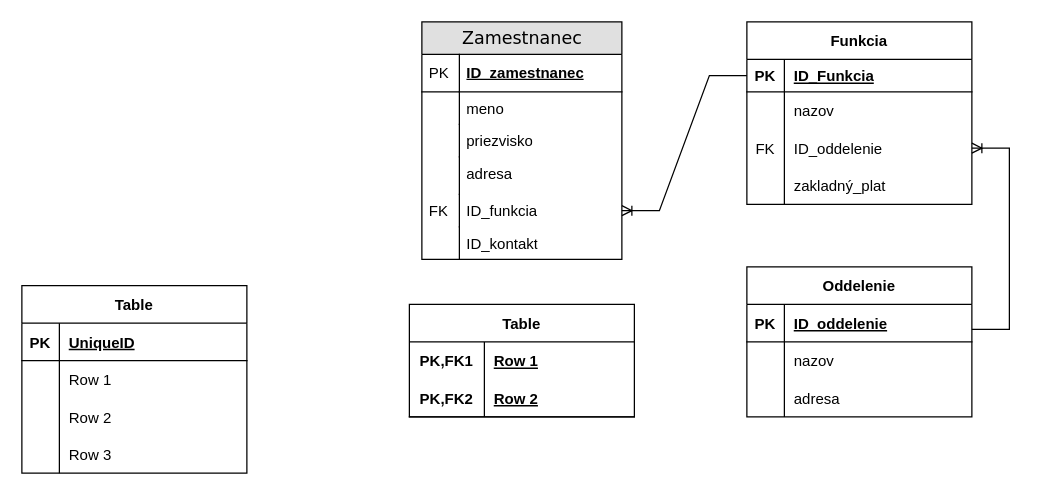
Earlier version of the draw.io diagram 13.2.Database.drawio (Y0hn/database). Source tidied: cells renumbered, new cells numbered last; positions are measured from the earlier drawing's top-left corner, leaving out a move shared by most shapes. Both pictures are drawn from the tidied source at 125%, with x=0, y=0 at pixel (21, 21).
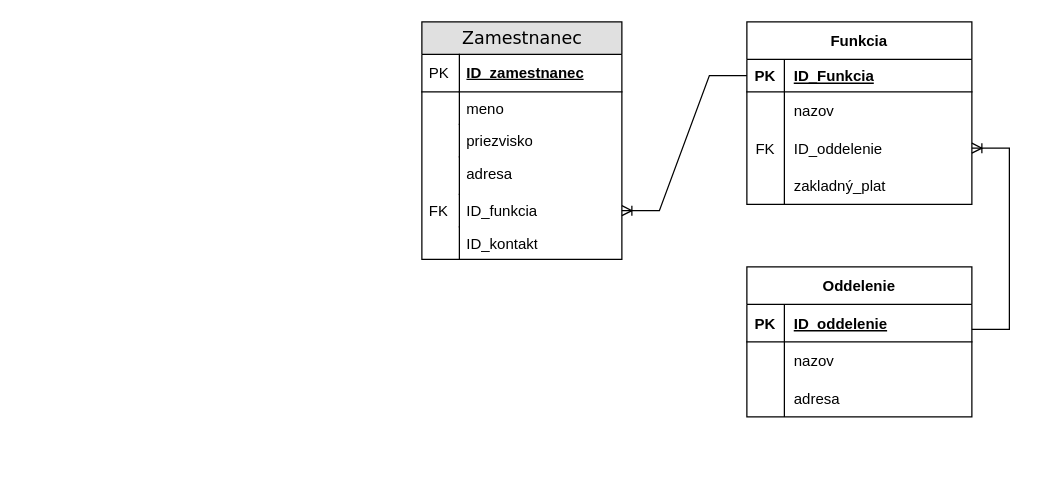
The same diagram, later.

Diff of the diagram source:
```diff
@@
-    <mxCell id="40" value="Table" style="shape=table;startSize=30;childLayout=tableLayout;rowLines=0;fontStyle=1;align=center;" parent="1" vertex="1">
-      <mxGeometry y="211" width="180" height="150" as="geometry" />
-    </mxCell>
-    <mxCell id="41" style="shape=tableRow;horizontal=0;startSize=0;swimlaneHead=0;swimlaneBody=0;fillColor=none;top=0;left=0;right=0;bottom=1;" parent="40" vertex="1">
-      <mxGeometry y="30" width="180" height="30" as="geometry" />
-    </mxCell>
-    <mxCell id="42" value="PK" style="shape=partialRectangle;fillColor=none;top=0;left=0;bottom=0;right=0;fontStyle=1;overflow=hidden;" parent="41" vertex="1">
-      <mxGeometry width="30" height="30" as="geometry" />
-    </mxCell>
-    <mxCell id="43" value="UniqueID" style="shape=partialRectangle;fillColor=none;top=0;left=0;bottom=0;right=0;align=left;spacingLeft=6;fontStyle=5;overflow=hidden;" parent="41" vertex="1">
-      <mxGeometry x="30" width="150" height="30" as="geometry" />
-    </mxCell>
-    <mxCell id="44" style="shape=tableRow;horizontal=0;startSize=0;swimlaneHead=0;swimlaneBody=0;fillColor=none;top=0;left=0;right=0;bottom=0;" parent="40" vertex="1">
-      <mxGeometry y="60" width="180" height="30" as="geometry" />
-    </mxCell>
-    <mxCell id="45" style="shape=partialRectangle;fillColor=none;top=0;left=0;bottom=0;right=0;overflow=hidden;" parent="44" vertex="1">
-      <mxGeometry width="30" height="30" as="geometry" />
-    </mxCell>
-    <mxCell id="46" value="Row 1" style="shape=partialRectangle;fillColor=none;top=0;left=0;bottom=0;right=0;align=left;spacingLeft=6;overflow=hidden;" parent="44" vertex="1">
-      <mxGeometry x="30" width="150" height="30" as="geometry" />
-    </mxCell>
-    <mxCell id="47" style="shape=tableRow;horizontal=0;startSize=0;swimlaneHead=0;swimlaneBody=0;fillColor=none;top=0;left=0;right=0;bottom=0;" parent="40" vertex="1">
-      <mxGeometry y="90" width="180" height="30" as="geometry" />
-    </mxCell>
-    <mxCell id="48" style="shape=partialRectangle;fillColor=none;top=0;left=0;bottom=0;right=0;overflow=hidden;" parent="47" vertex="1">
-      <mxGeometry width="30" height="30" as="geometry" />
-    </mxCell>
-    <mxCell id="49" value="Row 2" style="shape=partialRectangle;fillColor=none;top=0;left=0;bottom=0;right=0;align=left;spacingLeft=6;overflow=hidden;" parent="47" vertex="1">
-      <mxGeometry x="30" width="150" height="30" as="geometry" />
-    </mxCell>
-    <mxCell id="50" style="shape=tableRow;horizontal=0;startSize=0;swimlaneHead=0;swimlaneBody=0;fillColor=none;top=0;left=0;right=0;bottom=0;" parent="40" vertex="1">
-      <mxGeometry y="120" width="180" height="30" as="geometry" />
-    </mxCell>
-    <mxCell id="51" style="shape=partialRectangle;fillColor=none;top=0;left=0;bottom=0;right=0;overflow=hidden;" parent="50" vertex="1">
-      <mxGeometry width="30" height="30" as="geometry" />
-    </mxCell>
-    <mxCell id="52" value="Row 3" style="shape=partialRectangle;fillColor=none;top=0;left=0;bottom=0;right=0;align=left;spacingLeft=6;overflow=hidden;" parent="50" vertex="1">
-      <mxGeometry x="30" width="150" height="30" as="geometry" />
-    </mxCell>
-    <mxCell id="53" value="Table" style="shape=table;startSize=30;childLayout=tableLayout;rowLines=0;fontStyle=1;align=center;" parent="1" vertex="1">
-      <mxGeometry x="310" y="226" width="180" height="90" as="geometry" />
-    </mxCell>
-    <mxCell id="54" style="shape=tableRow;horizontal=0;startSize=0;swimlaneHead=0;swimlaneBody=0;fillColor=none;top=0;left=0;right=0;bottom=0;" parent="53" vertex="1">
-      <mxGeometry y="30" width="180" height="30" as="geometry" />
-    </mxCell>
-    <mxCell id="55" value="PK,FK1" style="shape=partialRectangle;fillColor=none;top=0;left=0;bottom=0;right=0;fontStyle=1;overflow=hidden;" parent="54" vertex="1">
-      <mxGeometry width="60" height="30" as="geometry" />
-    </mxCell>
-    <mxCell id="56" value="Row 1" style="shape=partialRectangle;fillColor=none;top=0;left=0;bottom=0;right=0;align=left;spacingLeft=6;fontStyle=5;overflow=hidden;" parent="54" vertex="1">
-      <mxGeometry x="60" width="120" height="30" as="geometry" />
-    </mxCell>
-    <mxCell id="57" style="shape=tableRow;horizontal=0;startSize=0;swimlaneHead=0;swimlaneBody=0;fillColor=none;top=0;left=0;right=0;bottom=1;" parent="53" vertex="1">
-      <mxGeometry y="60" width="180" height="30" as="geometry" />
-    </mxCell>
-    <mxCell id="58" value="PK,FK2" style="shape=partialRectangle;fillColor=none;top=0;left=0;bottom=0;right=0;fontStyle=1;overflow=hidden;" parent="57" vertex="1">
-      <mxGeometry width="60" height="30" as="geometry" />
-    </mxCell>
-    <mxCell id="59" value="Row 2" style="shape=partialRectangle;fillColor=none;top=0;left=0;bottom=0;right=0;align=left;spacingLeft=6;fontStyle=5;overflow=hidden;" parent="57" vertex="1">
-      <mxGeometry x="60" width="120" height="30" as="geometry" />
-    </mxCell>
```
